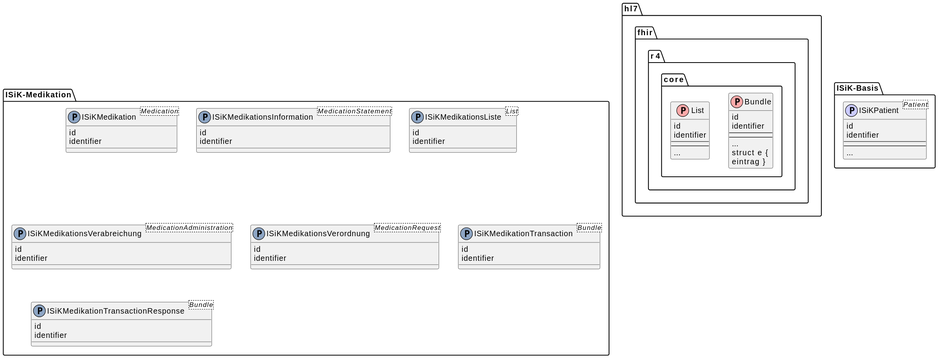
Above: Material/images/diagrams/infomodell.svg in gematik/spec-ISiK-Medikation (PlantUML), before the change.
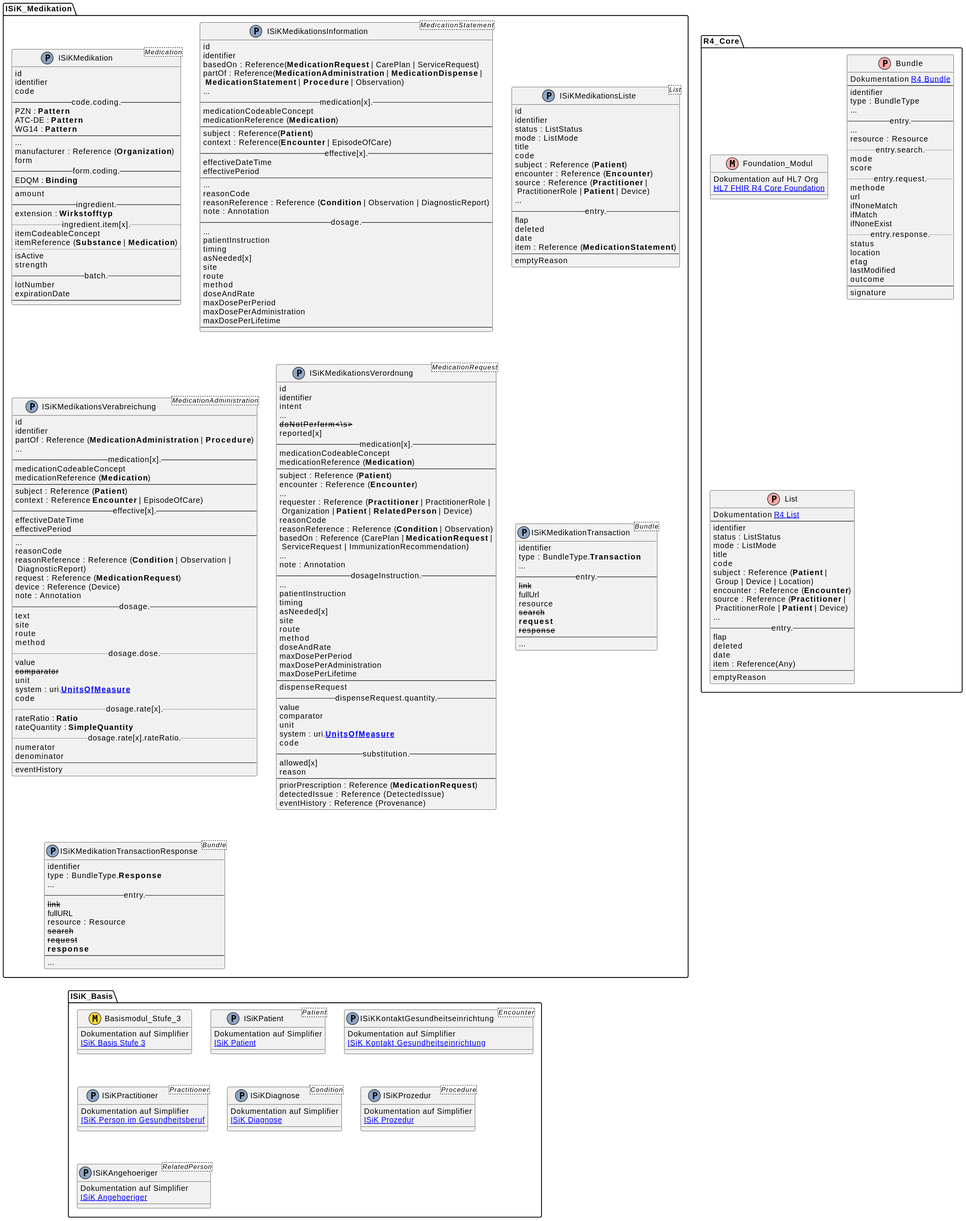
The same file after the commit.

Commit message:
infomodell medication

Change to the diagram source:
```diff
@@ -1,63 +1,297 @@
 @startuml
-skinparam linetype ortho
 
+set separator none
 
+namespace ISiK_Medikation {
+   class  ISiKMedikation <Medication><<(P,#8DA5C4)>>{
+      id
+      identifier
+      code
+      --code.coding.--
+      PZN : **Pattern**
+      ATC-DE : **Pattern**
+      WG14 : **Pattern**
+      --
+      ...
+      manufacturer : Reference (**Organization**)
+      form
+      --form.coding.--
+      EDQM : **Binding**
+      --
+      amount
+      --ingredient.--
+      extension : **Wirkstofftyp**
+      ..ingredient.item[x]...
+      itemCodeableConcept
+      itemReference (**Substance** | **Medication**)
+      ..
+      isActive
+      strength
+      --batch.--
+      lotNumber
+      expirationDate
+      --
+   }
 
-package ISiK-Medikation {
-class  ISiKMedikation <Medication><<(P,#8DA5C4)>>{
-   id
-   identifier
+   class ISiKMedikationsInformation <MedicationStatement><<(P,#8DA5C4)>>{
+      id
+      identifier
+      basedOn : Reference(**MedicationRequest** | CarePlan | ServiceRequest)
+      partOf : Reference(**MedicationAdministration** | **MedicationDispense** |\n **MedicationStatement** | **Procedure** | Observation)
+      ...
+      --medication[x].--
+      medicationCodeableConcept
+      medicationReference (**Medication**)
+      --
+      subject : Reference(**Patient**)
+      context : Reference(**Encounter** | EpisodeOfCare)
+      --effective[x].--
+      effectiveDateTime
+      effectivePeriod
+      --
+      ...
+      reasonCode
+      reasonReference : Reference (**Condition** | Observation | DiagnosticReport)
+      note : Annotation
+      --dosage.--
+      ...
+      patientInstruction
+      timing
+      asNeeded[x]
+      site
+      route
+      method
+      doseAndRate
+      maxDosePerPeriod
+      maxDosePerAdministration
+      maxDosePerLifetime
+      --
+   }
+
+   class  ISiKMedikationsListe <List><<(P,#8DA5C4)>>{
+      id
+      identifier
+      status : ListStatus
+      mode : ListMode
+      title
+      code
+      subject : Reference (**Patient**)
+      encounter : Reference (**Encounter**)
+      source : Reference (**Practitioner** |\n PractitionerRole | **Patient** | Device)
+      ...
+      --entry.--
+      flap
+      deleted
+      date
+      item : Reference (**MedicationStatement**)
+      --
+      emptyReason
+   }
+
+   class ISiKMedikationsVerabreichung <MedicationAdministration><<(P,#8DA5C4)>>{
+      id
+      identifier
+      partOf : Reference (**MedicationAdministration** | **Procedure**)
+      ...
+      --medication[x].--
+      medicationCodeableConcept
+      medicationReference (**Medication**)
+      --
+      subject : Reference (**Patient**)
+      context : Reference **Encounter** | EpisodeOfCare)
+      --effective[x].--
+      effectiveDateTime
+      effectivePeriod
+      --
+      ...
+      reasonCode
+      reasonReference : Reference (**Condition** | Observation |\n DiagnosticReport)
+      request : Reference (**MedicationRequest**)
+      device : Reference (Device)
+      note : Annotation
+      --dosage.--
+      text
+      site
+      route
+      method
+      ..dosage.dose...
+      value
+      <s>comparator</s>
+      unit
+      system : uri.**[[https://unitsofmeasure.org UnitsOfMeasure]]**
+      code
+      ..dosage.rate[x]...
+      rateRatio : **Ratio**
+      rateQuantity : **SimpleQuantity**
+      ..dosage.rate[x].rateRatio...
+      numerator
+      denominator
+      --
+      eventHistory
+   }
+
+   class ISiKMedikationsVerordnung <MedicationRequest><<(P,#8DA5C4)>>{
+      id
+      identifier
+      intent
+      ...
+      <s>doNotPerform<\s>
+      reported[x]
+      --medication[x].--
+      medicationCodeableConcept
+      medicationReference (**Medication**)
+      --
+      subject : Reference (**Patient**)
+      encounter : Reference (**Encounter**)
+      ...
+      requester : Reference (**Practitioner** | PractitionerRole |\n Organization | **Patient** | **RelatedPerson** | Device)
+      reasonCode
+      reasonReference : Reference (**Condition** | Observation)
+      basedOn : Reference (CarePlan | **MedicationRequest** |\n ServiceRequest | ImmunizationRecommendation)
+      ...
+      note : Annotation
+      --dosageInstruction.--
+      ...
+      patientInstruction
+      timing
+      asNeeded[x]
+      site
+      route
+      method
+      doseAndRate
+      maxDosePerPeriod
+      maxDosePerAdministration
+      maxDosePerLifetime
+      --
+      dispenseRequest
+      --dispenseRequest.quantity.--
+      value
+      comparator
+      unit
+      system : uri.**[[https://unitsofmeasure.org UnitsOfMeasure]]**
+      code
+      --substitution.--
+      allowed[x]
+      reason
+      --
+      priorPrescription : Reference (**MedicationRequest**)
+      detectedIssue : Reference (DetectedIssue)
+      eventHistory : Reference (Provenance)
+   }
+
+   class ISiKMedikationTransaction <Bundle><<(P,#8DA5C4)>>{
+      identifier
+      type : BundleType.**Transaction**
+      ...
+      --entry.--
+      <s>link</s>
+      fullUrl
+      resource
+      <s>search</s>
+      **request**
+      <s>response</s>
+      --
+      ...
+   }
+   class ISiKMedikationTransactionResponse <Bundle><<(P,#8DA5C4)>>{
+      identifier
+      type : BundleType.**Response**
+      ...
+      --entry.--
+      <s>link</s>
+      fullURL
+      resource : Resource
+      <s>search</s>
+      <s>request</s>
+      **response**
+      --
+      ...
+   }
 }
-class  ISiKMedikationsInformation <MedicationStatement><<(P,#8DA5C4)>>{
-   id
-   identifier
+
+namespace R4_Core {
+   class Foundation_Modul <<(M,#FFAAAA)>>{
+      Dokumentation auf HL7 Org
+      [[https://hl7.org/fhir/R4/ HL7 FHIR R4 Core Foundation]]
+   }
+   class Bundle <<(P,#FFAAAA)>>{
+      Dokumentation [[https://hl7.org/fhir/R4/bundle.html R4 Bundle]]
+      --
+      identifier
+      type : BundleType
+      ...
+      --entry.--
+      ...
+      resource : Resource
+      ..entry.search...
+      mode
+      score
+      ..entry.request...
+      methode
+      url
+      ifNoneMatch
+      ifMatch
+      ifNoneExist
+      ..entry.response...
+      status
+      location
+      etag
+      lastModified
+      outcome
+      --
+      signature
+   }
+   class List <<(P,#FFAAAA)>>{
+      Dokumentation [[https://hl7.org/fhir/R4/list.html R4 List]]
+      --
+      identifier
+      status : ListStatus
+      mode : ListMode
+      title
+      code
+      subject : Reference (**Patient** |\n Group | Device | Location)
+      encounter : Reference (**Encounter**)
+      source : Reference (**Practitioner** |\n PractitionerRole | **Patient** | Device)
+      ...
+      --entry.--
+      flap
+      deleted
+      date
+      item : Reference(Any)
+      --
+      emptyReason
+   }
 }
-class  ISiKMedikationsListe <List><<(P,#8DA5C4)>>{
-   id
-   identifier
+
+namespace ISiK_Basis {
+   class Basismodul_Stufe_3 <<(M,#FFDC36)>>{
+      Dokumentation auf Simplifier
+      [[https://simplifier.net/isik-basis-v3/~introduction ISiK Basis Stufe 3]]
+   }
+   class ISiKPatient <Patient><<(P,#8DA5C4)>>{
+      Dokumentation auf Simplifier
+      [[https://simplifier.net/isik-basis-v3/isikpatient ISiK Patient]]
+   }
+   class ISiKKontaktGesundheitseinrichtung <Encounter><<(P,#8DA5C4)>>{
+      Dokumentation auf Simplifier
+      [[https://simplifier.net/isik-basis-v3/isikkontaktgesundheitseinrichtung ISiK Kontakt Gesundheitseinrichtung]]
+   }
+   class ISiKPractitioner <Practitioner><<(P,#8DA5C4)>>{
+      Dokumentation auf Simplifier
+      [[https://simplifier.net/isik-basis-v3/isikpersonimgesundheitsberuf ISiK Person im Gesundheitsberuf]]
+   }
+   class ISiKDiagnose <Condition><<(P,#8DA5C4)>>{
+      Dokumentation auf Simplifier
+      [[https://simplifier.net/isik-basis-v3/isikdiagnose ISiK Diagnose]]
+   }
+   class ISiKProzedur <Procedure><<(P,#8DA5C4)>>{
+      Dokumentation auf Simplifier
+      [[https://simplifier.net/isik-basis-v3/isikprozedur ISiK Prozedur]]
+   }
+   class ISiKAngehoeriger <RelatedPerson><<(P,#8DA5C4)>>{
+      Dokumentation auf Simplifier
+      [[https://simplifier.net/isik-basis-v3/isikangehoeriger ISiK Angehoeriger]]
+   }
 }
-class  ISiKMedikationsVerabreichung <MedicationAdministration><<(P,#8DA5C4)>>{
-   id
-   identifier
-}
-class  ISiKMedikationsVerordnung <MedicationRequest><<(P,#8DA5C4)>>{
-   id
-   identifier
-}
-class  ISiKMedikationTransaction <Bundle><<(P,#8DA5C4)>>{
-   id
-   identifier
-}
-class  ISiKMedikationTransactionResponse <Bundle><<(P,#8DA5C4)>>{
-   id
-   identifier
-}
-}
-package "hl7.fhir.r4.core" {
-class  Bundle <<(P,#FFAAAA)>>{
-   id
-   identifier
-   --
-   --
-   ...
-   struct e {
-      eintrag }
-   }
-class  List <<(P,#FFAAAA)>>{
-   id
-   identifier
-   --
-   --
-   ...
-}
-}
-package ISiK-Basis {
-class  ISiKPatient <Patient><<(P,#CCCCFF)>>{
-   id
-   identifier
-   --
-   --
-   ...
-}
-}
+
 @enduml
```
